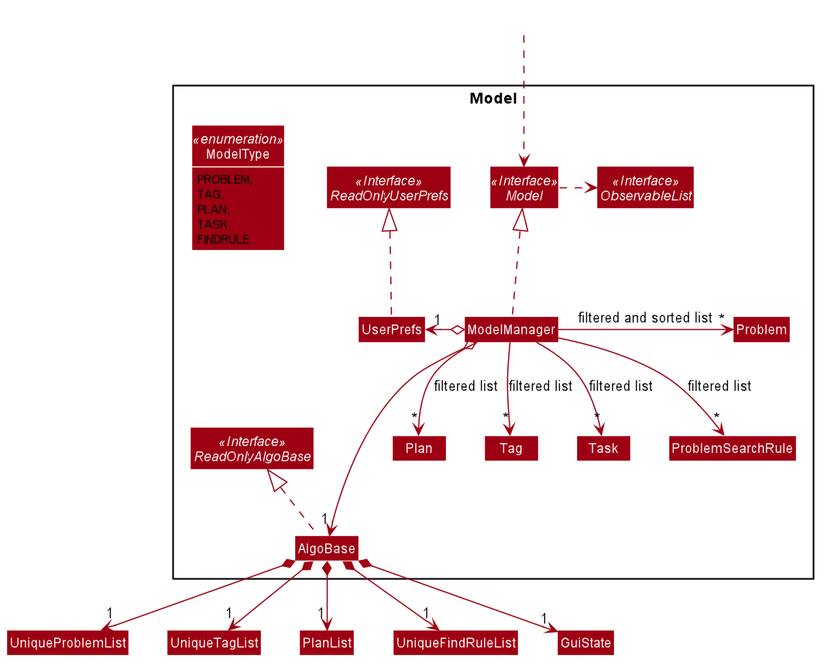
This is docs/images/design/model/ModelClassDiagram.png from nus-cs2103-AY1920S1/addressbook-level3, a PlantUML export, as it was before one commit.
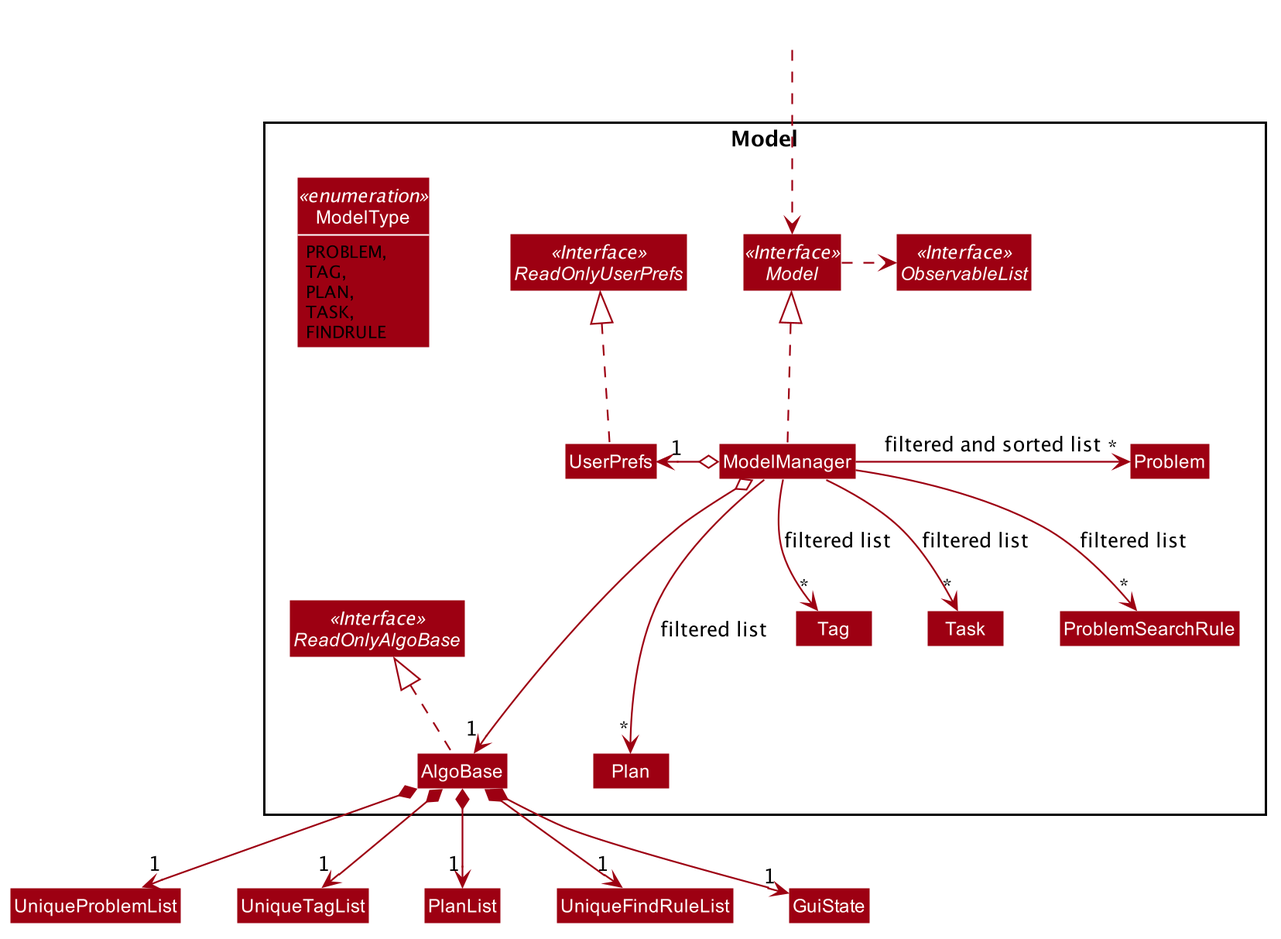
After the change.

Change to the diagram source:
```diff
@@ -89,7 +89,7 @@
 ModelManager o-left-> "1" UserPrefs
 ModelManager -right->"*" Problem : filtered and sorted list
 ModelManager -->"*" Tag: filtered list
-ModelManager -->"*" Plan: filtered list
+ModelManager --->"*" Plan: filtered list
 ModelManager -->"*" Task: filtered list
 ModelManager -->"*" ProblemSearchRule: filtered list
 UserPrefs .up.|> ReadOnlyUserPrefs
```
